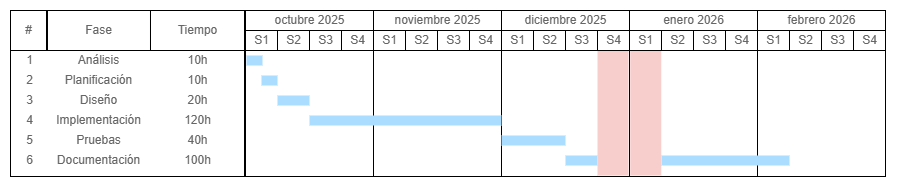
Before: documents/img/diagramas/gantt.png, a diagram exported from draw.io (humaral/tfg). Source tidied: cells renumbered, new cells last; positions are measured from the earlier drawing's top-left corner, leaving out a move shared by most shapes.
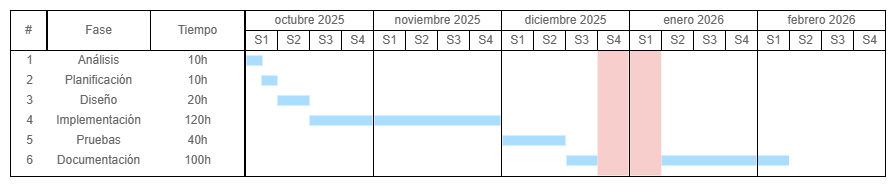
After the change.

Commit message:
Añadido gantt.png actualizado de nuevo

What changed in the source:
```diff
@@ -14,6 +14,9 @@
     <mxCell id="5" style="strokeColor=inherit;fillColor=inherit;gradientColor=inherit;strokeWidth=1;shadow=0;dashed=0;align=center;html=1;shape=mxgraph.mockup.graphics.rrect;rSize=0;fontColor=#666666;" parent="1" vertex="1">
       <mxGeometry x="747" y="40" width="128" height="126" as="geometry" />
     </mxCell>
+    <mxCell id="57" style="strokeWidth=1;shadow=0;dashed=0;align=center;html=1;shape=mxgraph.mockup.graphics.rrect;rSize=0;strokeColor=none;fillColor=#aaddff;" parent="1" vertex="1">
+      <mxGeometry x="651" y="145" width="95" height="10" as="geometry" />
+    </mxCell>
     <mxCell id="6" value="#" style="strokeColor=inherit;fillColor=inherit;gradientColor=inherit;strokeWidth=1;shadow=0;dashed=0;align=center;html=1;shape=mxgraph.mockup.graphics.rrect;rSize=0;fontColor=#666666;" parent="1" vertex="1">
       <mxGeometry width="36" height="40" as="geometry" />
     </mxCell>
@@ -81,7 +84,7 @@
       <mxGeometry x="267" y="85" width="32" height="10" as="geometry" />
     </mxCell>
     <mxCell id="28" style="strokeWidth=1;shadow=0;dashed=0;align=center;html=1;shape=mxgraph.mockup.graphics.rrect;rSize=0;strokeColor=none;fillColor=#aaddff;" parent="1" vertex="1">
-      <mxGeometry x="299" y="105" width="192" height="10" as="geometry" />
+      <mxGeometry x="299" y="105" width="63" height="10" as="geometry" />
     </mxCell>
     <mxCell id="29" value="5" style="strokeWidth=1;shadow=0;dashed=0;align=center;html=1;shape=mxgraph.mockup.graphics.anchor;fontColor=#666666;" parent="1" vertex="1">
       <mxGeometry y="120" width="37.3" height="20" as="geometry" />
@@ -165,13 +168,10 @@
       <mxGeometry x="843" y="20" width="32" height="20" as="geometry" />
     </mxCell>
     <mxCell id="56" style="strokeWidth=1;shadow=0;dashed=0;align=center;html=1;shape=mxgraph.mockup.graphics.rrect;rSize=0;strokeColor=none;fillColor=#aaddff;" parent="1" vertex="1">
-      <mxGeometry x="491" y="125" width="64" height="10" as="geometry" />
+      <mxGeometry x="492" y="125" width="63" height="10" as="geometry" />
     </mxCell>
-    <mxCell id="57" style="strokeWidth=1;shadow=0;dashed=0;align=center;html=1;shape=mxgraph.mockup.graphics.rrect;rSize=0;strokeColor=none;fillColor=#aaddff;" parent="1" vertex="1">
-      <mxGeometry x="651" y="145" width="128" height="10" as="geometry" />
-    </mxCell>
     <mxCell id="58" style="strokeWidth=1;shadow=0;dashed=0;align=center;html=1;shape=mxgraph.mockup.graphics.rrect;rSize=0;strokeColor=none;fillColor=#aaddff;" parent="1" vertex="1">
-      <mxGeometry x="555" y="145" width="32" height="10" as="geometry" />
+      <mxGeometry x="556" y="145" width="31" height="10" as="geometry" />
     </mxCell>
     <mxCell id="59" style="strokeColor=none;fillColor=light-dark(#F8CECC,#7C1111);strokeWidth=0;shadow=0;align=center;html=1;shape=mxgraph.mockup.graphics.rrect;rSize=0;" parent="1" vertex="1">
       <mxGeometry x="587" y="40" width="31" height="125" as="geometry" />
@@ -185,5 +185,11 @@
     <mxCell id="62" value="S1" style="strokeColor=inherit;fillColor=inherit;gradientColor=inherit;strokeWidth=1;shadow=0;dashed=0;align=center;html=1;shape=mxgraph.mockup.graphics.rrect;rSize=0;fontColor=#666666;" parent="1" vertex="1">
       <mxGeometry x="619" y="20" width="32" height="20" as="geometry" />
     </mxCell>
+    <mxCell id="63" style="strokeWidth=1;shadow=0;dashed=0;align=center;html=1;shape=mxgraph.mockup.graphics.rrect;rSize=0;strokeColor=none;fillColor=#aaddff;" parent="1" vertex="1">
+      <mxGeometry x="747.5" y="145" width="31" height="10" as="geometry" />
+    </mxCell>
+    <mxCell id="64" style="strokeWidth=1;shadow=0;dashed=0;align=center;html=1;shape=mxgraph.mockup.graphics.rrect;rSize=0;strokeColor=none;fillColor=#aaddff;" parent="1" vertex="1">
+      <mxGeometry x="364" y="105" width="126" height="10" as="geometry" />
+    </mxCell>
   </root>
 </mxGraphModel>
```
